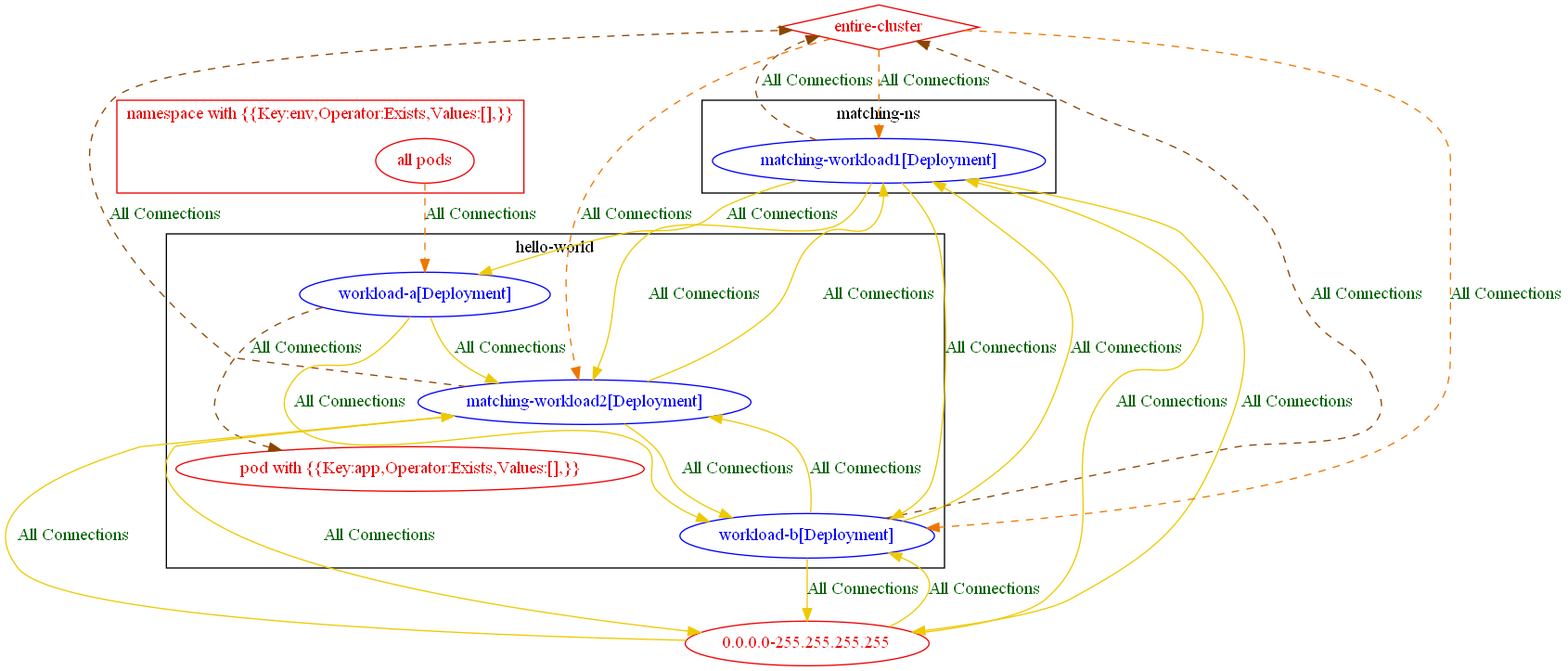
Above: test_outputs/connlist/exposure_test_with_match_expression_exists_op_with_matching_pods_exposure_output.dot.png in np-guard/netpol-analyzer (Graphviz), before the change. Its source is kept beside it as test_outputs/connlist/exposure_test_with_match_expression_exists_op_with_matching_pods_exposure_output.dot.
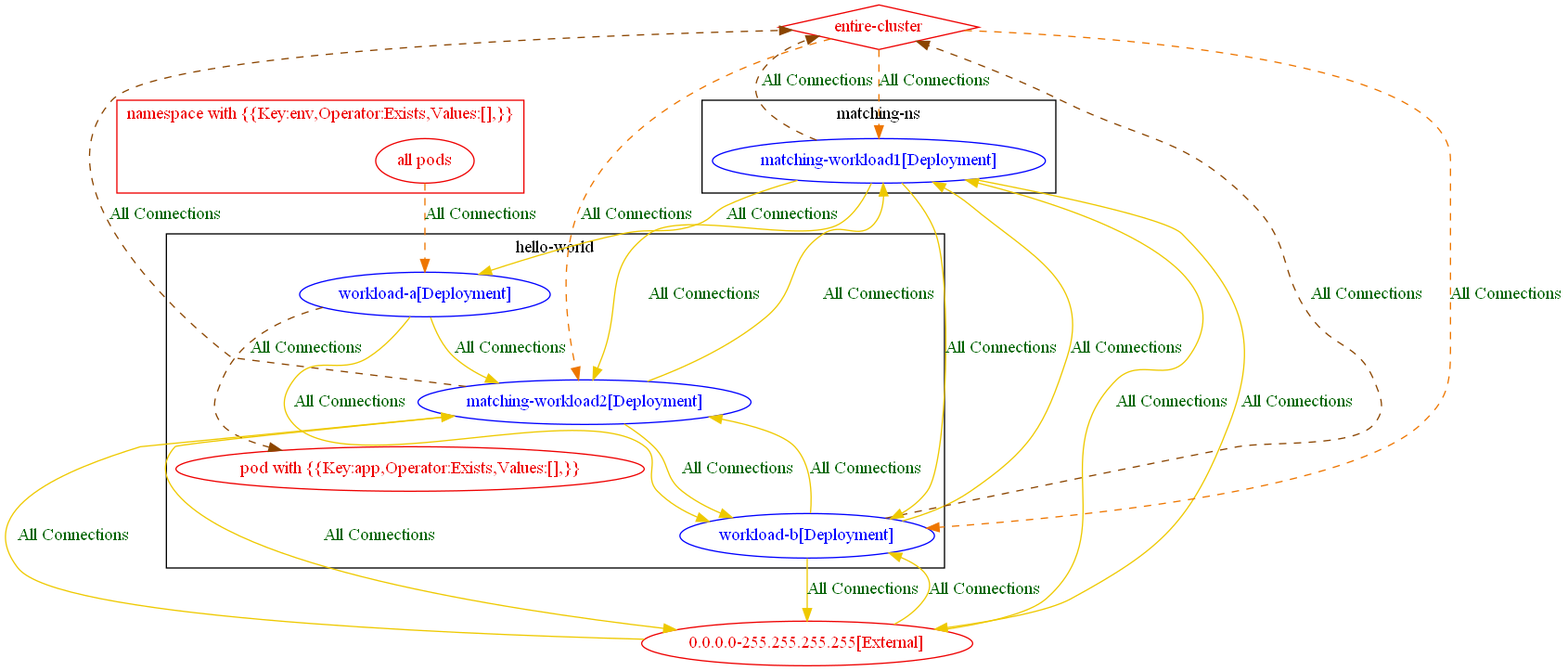
Later version of the same file.

What changed in the source:
```diff
@@ -20,27 +20,27 @@
 		"all pods_in_namespace with {{Key:env,Operator:Exists,Values:[],}}" [label="all pods" color="red2" fontcolor="red2"]
 		label="namespace with {{Key:env,Operator:Exists,Values:[],}}"
 	}
-	"0.0.0.0-255.255.255.255" [label="0.0.0.0-255.255.255.255" color="red2" fontcolor="red2"]
+	"0.0.0.0-255.255.255.255[External]" [label="0.0.0.0-255.255.255.255[External]" color="red2" fontcolor="red2"]
 	"entire-cluster" [label="entire-cluster" color="red2" fontcolor="red2" shape=diamond]
-	"0.0.0.0-255.255.255.255" -> "hello-world/matching-workload2[Deployment]" [label="All Connections" color="gold2" fontcolor="darkgreen" weight=0.5]
-	"0.0.0.0-255.255.255.255" -> "hello-world/workload-b[Deployment]" [label="All Connections" color="gold2" fontcolor="darkgreen" weight=0.5]
-	"0.0.0.0-255.255.255.255" -> "matching-ns/matching-workload1[Deployment]" [label="All Connections" color="gold2" fontcolor="darkgreen" weight=0.5]
+	"0.0.0.0-255.255.255.255[External]" -> "hello-world/matching-workload2[Deployment]" [label="All Connections" color="gold2" fontcolor="darkgreen" weight=0.5]
+	"0.0.0.0-255.255.255.255[External]" -> "hello-world/workload-b[Deployment]" [label="All Connections" color="gold2" fontcolor="darkgreen" weight=0.5]
+	"0.0.0.0-255.255.255.255[External]" -> "matching-ns/matching-workload1[Deployment]" [label="All Connections" color="gold2" fontcolor="darkgreen" weight=0.5]
 	"all pods_in_namespace with {{Key:env,Operator:Exists,Values:[],}}" -> "hello-world/workload-a[Deployment]" [label="All Connections" color="darkorange2" fontcolor="darkgreen" weight=1 style=dashed]
 	"entire-cluster" -> "hello-world/matching-workload2[Deployment]" [label="All Connections" color="darkorange2" fontcolor="darkgreen" weight=1 style=dashed]
 	"entire-cluster" -> "hello-world/workload-b[Deployment]" [label="All Connections" color="darkorange2" fontcolor="darkgreen" weight=1 style=dashed]
 	"entire-cluster" -> "matching-ns/matching-workload1[Deployment]" [label="All Connections" color="darkorange2" fontcolor="darkgreen" weight=1 style=dashed]
-	"hello-world/matching-workload2[Deployment]" -> "0.0.0.0-255.255.255.255" [label="All Connections" color="gold2" fontcolor="darkgreen" weight=1]
+	"hello-world/matching-workload2[Deployment]" -> "0.0.0.0-255.255.255.255[External]" [label="All Connections" color="gold2" fontcolor="darkgreen" weight=1]
 	"hello-world/matching-workload2[Deployment]" -> "entire-cluster" [label="All Connections" color="darkorange4" fontcolor="darkgreen" weight=0.5 style=dashed]
 	"hello-world/matching-workload2[Deployment]" -> "hello-world/workload-b[Deployment]" [label="All Connections" color="gold2" fontcolor="darkgreen" weight=0.5]
 	"hello-world/matching-workload2[Deployment]" -> "matching-ns/matching-workload1[Deployment]" [label="All Connections" color="gold2" fontcolor="darkgreen" weight=0.5]
 	"hello-world/workload-a[Deployment]" -> "hello-world/matching-workload2[Deployment]" [label="All Connections" color="gold2" fontcolor="darkgreen" weight=1]
 	"hello-world/workload-a[Deployment]" -> "hello-world/workload-b[Deployment]" [label="All Connections" color="gold2" fontcolor="darkgreen" weight=0.5]
 	"hello-world/workload-a[Deployment]" -> "pod with {{Key:app,Operator:Exists,Values:[],}}_in_hello-world" [label="All Connections" color="darkorange4" fontcolor="darkgreen" weight=0.5 style=dashed]
-	"hello-world/workload-b[Deployment]" -> "0.0.0.0-255.255.255.255" [label="All Connections" color="gold2" fontcolor="darkgreen" weight=1]
+	"hello-world/workload-b[Deployment]" -> "0.0.0.0-255.255.255.255[External]" [label="All Connections" color="gold2" fontcolor="darkgreen" weight=1]
 	"hello-world/workload-b[Deployment]" -> "entire-cluster" [label="All Connections" color="darkorange4" fontcolor="darkgreen" weight=0.5 style=dashed]
 	"hello-world/workload-b[Deployment]" -> "hello-world/matching-workload2[Deployment]" [label="All Connections" color="gold2" fontcolor="darkgreen" weight=1]
 	"hello-world/workload-b[Deployment]" -> "matching-ns/matching-workload1[Deployment]" [label="All Connections" color="gold2" fontcolor="darkgreen" weight=0.5]
-	"matching-ns/matching-workload1[Deployment]" -> "0.0.0.0-255.255.255.255" [label="All Connections" color="gold2" fontcolor="darkgreen" weight=1]
+	"matching-ns/matching-workload1[Deployment]" -> "0.0.0.0-255.255.255.255[External]" [label="All Connections" color="gold2" fontcolor="darkgreen" weight=1]
 	"matching-ns/matching-workload1[Deployment]" -> "entire-cluster" [label="All Connections" color="darkorange4" fontcolor="darkgreen" weight=0.5 style=dashed]
 	"matching-ns/matching-workload1[Deployment]" -> "hello-world/matching-workload2[Deployment]" [label="All Connections" color="gold2" fontcolor="darkgreen" weight=1]
 	"matching-ns/matching-workload1[Deployment]" -> "hello-world/workload-a[Deployment]" [label="All Connections" color="gold2" fontcolor="darkgreen" weight=1]
```
